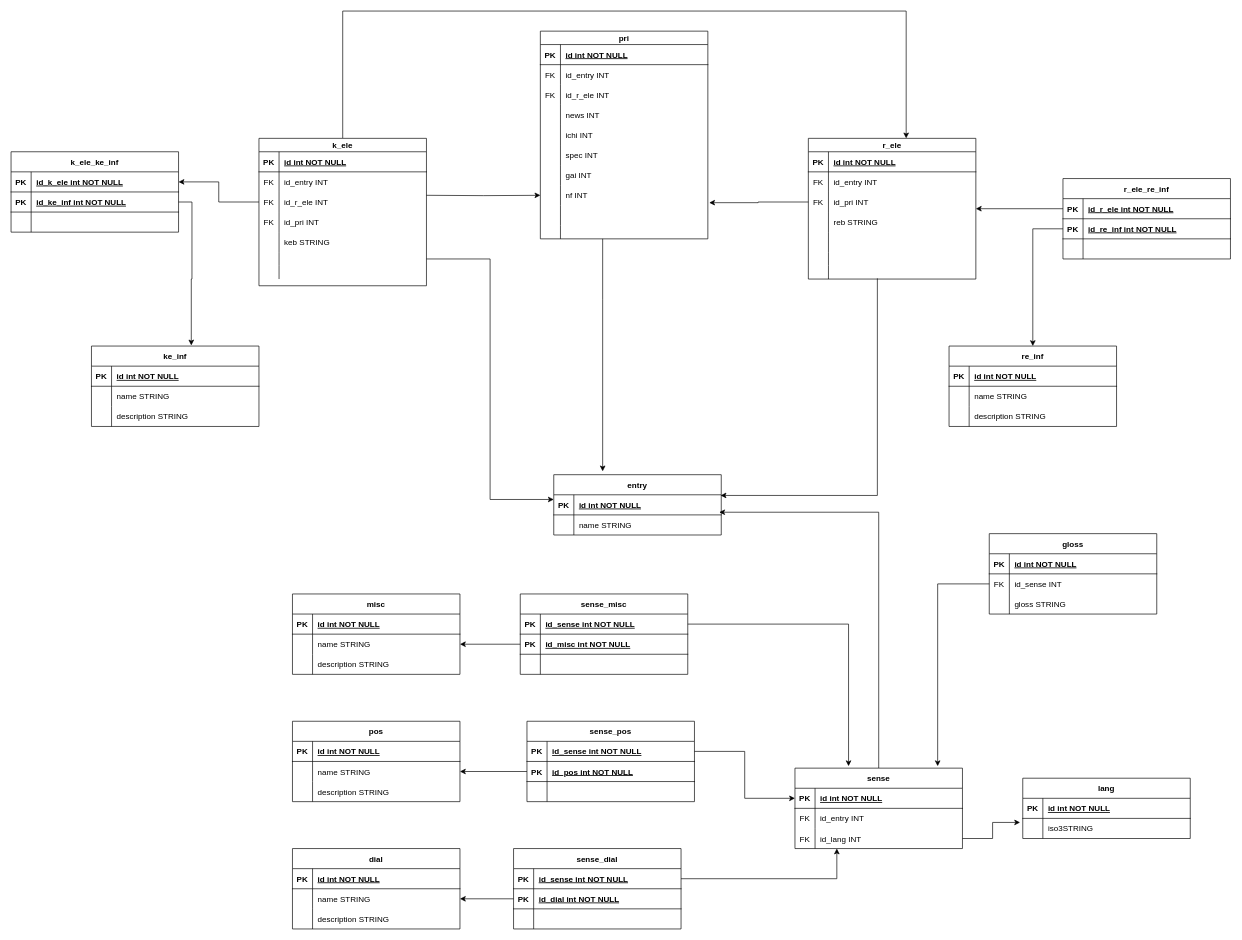
This is doc/ER_expression.drawio from odrevet/edict_database, a draw.io file, before an edit. Source tidied: cells renumbered, new cells numbered last; positions are measured from the earlier drawing's top-left corner, leaving out a move shared by most shapes. Both pictures are drawn from the tidied source at 67%, with x=0, y=0 at pixel (11, 11).
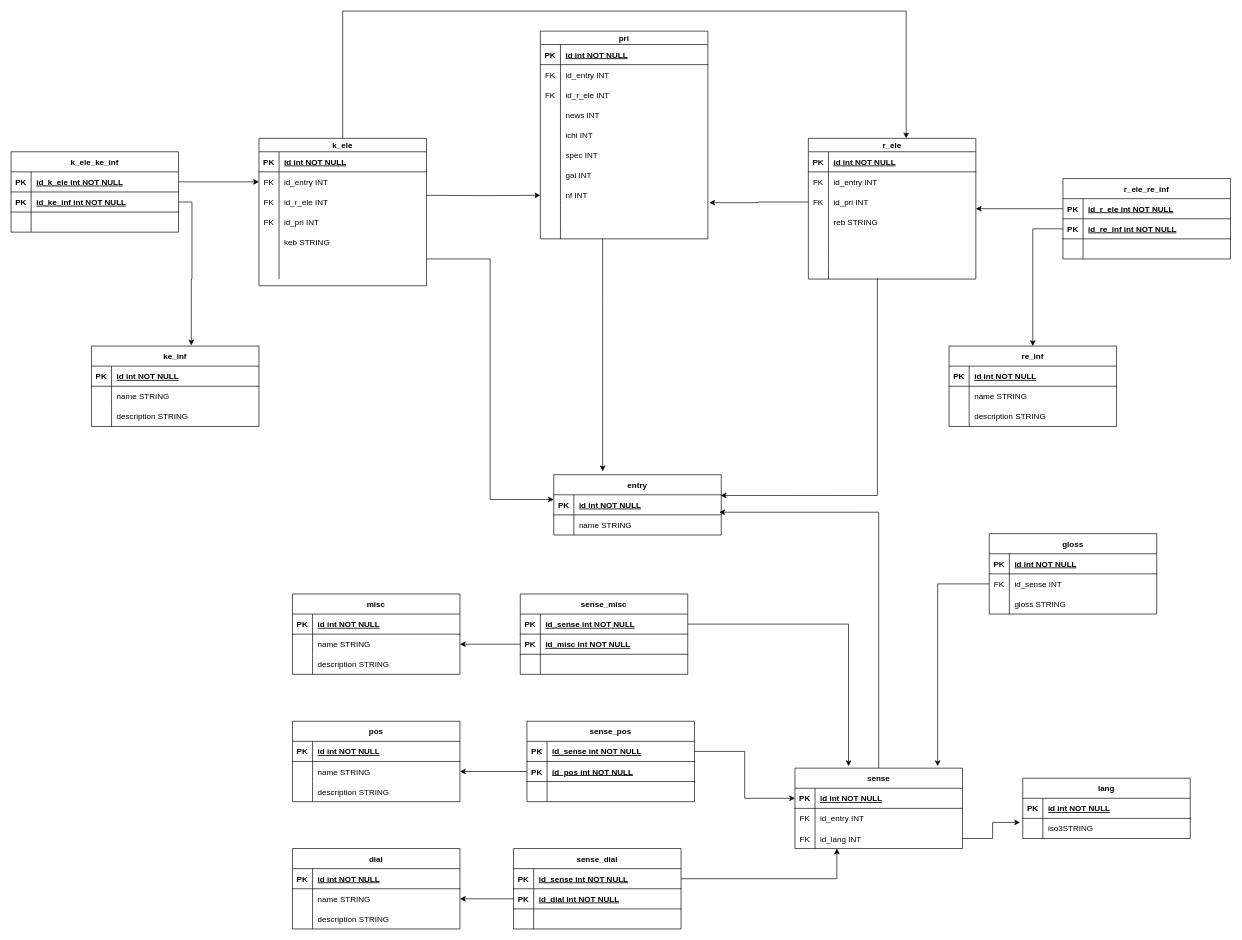
Above is the later version.

Unchanged cells that the change refers to:
```xml
<mxCell id="34" style="shape=partialRectangle;fillColor=none;points=[[0,0.5],[1,0.5]];portConstraint=eastwest;top=0;left=0;right=0;bottom=0;" parent="30" vertex="1">
  <mxGeometry y="50" width="250" height="30" as="geometry" />
</mxCell>
<mxCell id="37" style="shape=partialRectangle;fillColor=none;points=[[0,0.5],[1,0.5]];portConstraint=eastwest;top=0;left=0;right=0;bottom=0;" parent="30" vertex="1">
  <mxGeometry y="80" width="250" height="30" as="geometry" />
</mxCell>
<mxCell id="53" style="shape=partialRectangle;fillColor=none;points=[[0,0.5],[1,0.5]];portConstraint=eastwest;top=0;left=0;right=0;bottom=1;" parent="52" vertex="1">
  <mxGeometry y="30" width="250" height="30" as="geometry" />
</mxCell>
```

What changed in the source:
```diff
@@
-    <mxCell id="229" style="edgeStyle=orthogonalEdgeStyle;rounded=0;jettySize=auto;html=1;entryX=1;entryY=0.5;entryDx=0;entryDy=0;" parent="1" edge="1" source="37" target="53">
-      <mxGeometry relative="1" as="geometry" />
-    </mxCell>
+    <mxCell id="230" style="edgeStyle=orthogonalEdgeStyle;rounded=0;jettySize=auto;html=1;" parent="1" edge="1" source="53" target="34">
+      <mxGeometry relative="1" as="geometry" />
+    </mxCell>
```
